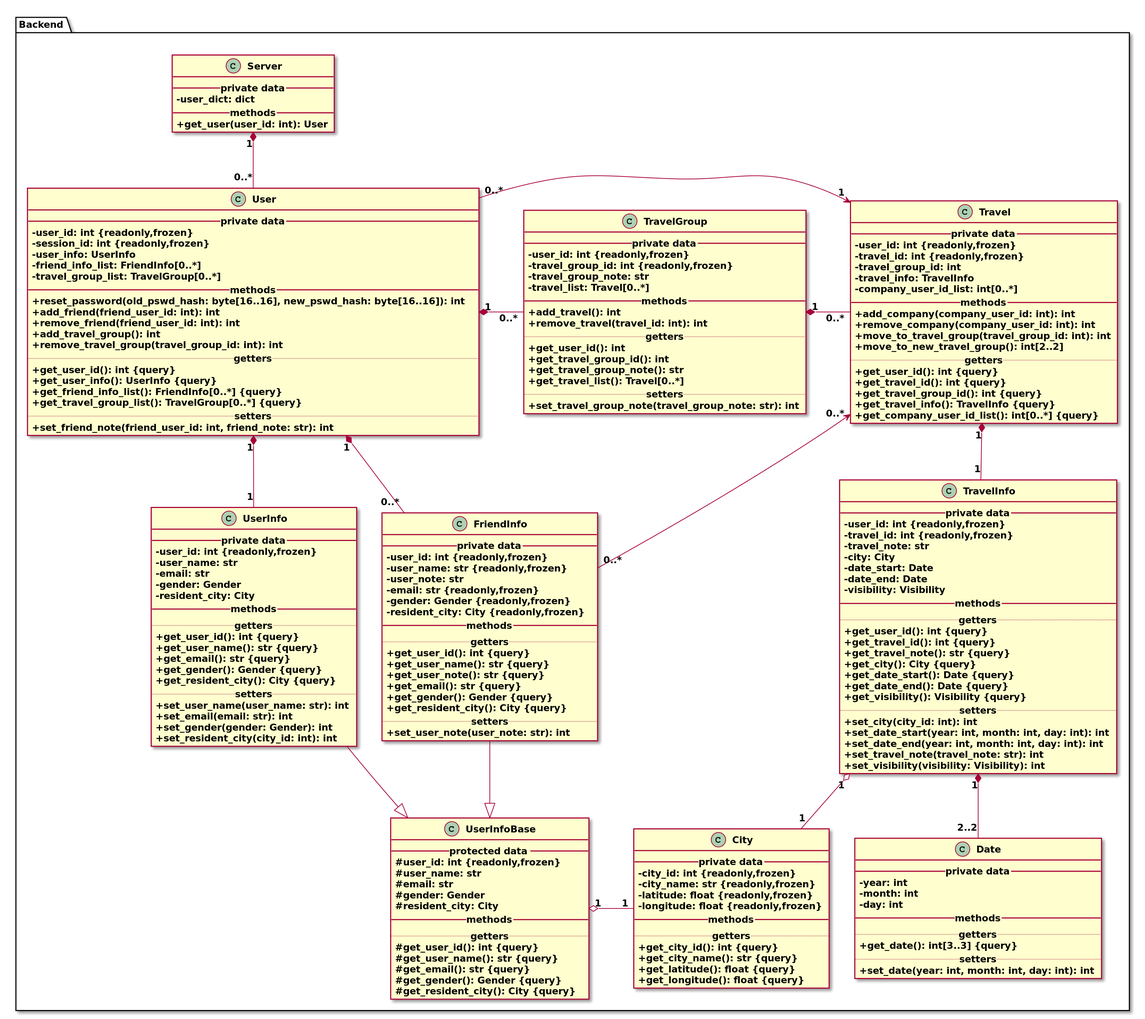
The PlantUML diagram doc/第二阶段课堂展示/ClassDiagram.backend.png in skyetim/travel_planning_website, before a commit. Its source is kept beside it as doc/第二阶段课堂展示/ClassDiagram.backend.puml.
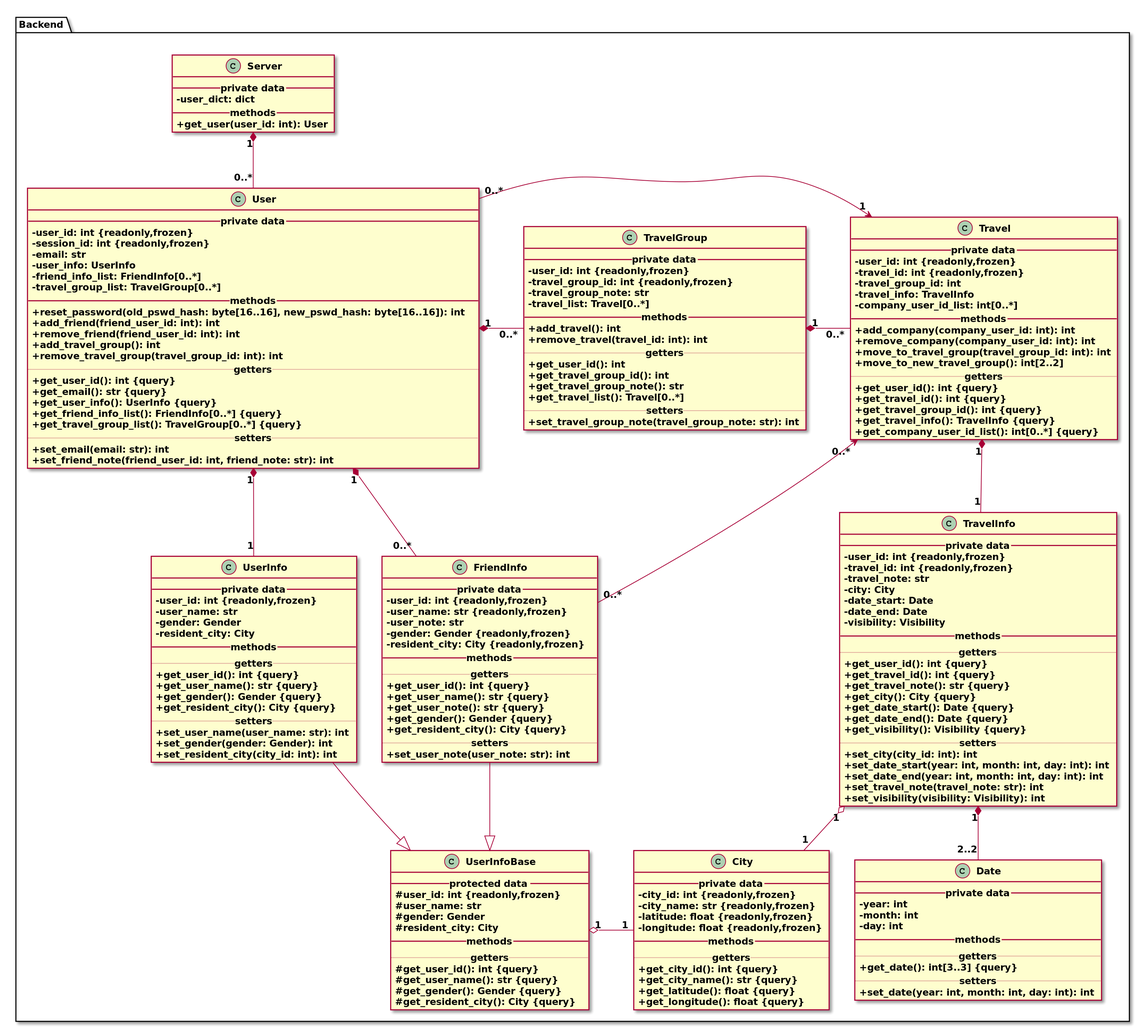
Above is the later version.

The edit, as a diff of the source:
```diff
@@ -20,6 +20,7 @@
         __ private data __
         - user_id: int {readonly,frozen}
         - session_id: int {readonly,frozen}
+        - email: str
         - user_info: UserInfo
         - friend_info_list: FriendInfo[0..*]
         - travel_group_list: TravelGroup[0..*]
@@ -31,10 +32,12 @@
         + remove_travel_group(travel_group_id: int): int
         .. getters ..
         + get_user_id(): int                         {query}
+        + get_email(): str                           {query}
         + get_user_info(): UserInfo                  {query}
         + get_friend_info_list(): FriendInfo[0..*]   {query}
         + get_travel_group_list(): TravelGroup[0..*] {query}
         .. setters ..
+        + set_email(email: str): int
         + set_friend_note(friend_user_id: int, friend_note: str): int
     }
 
@@ -42,14 +45,12 @@
         __ protected data __
         # user_id: int {readonly,frozen}
         # user_name: str
-        # email: str
         # gender: Gender
         # resident_city: City
         __ methods __
         .. getters ..
         # get_user_id(): int        {query}
         # get_user_name(): str      {query}
-        # get_email(): str          {query}
         # get_gender(): Gender      {query}
         # get_resident_city(): City {query}
     }
@@ -58,19 +59,16 @@
         __ private data __
         - user_id: int {readonly,frozen}
         - user_name: str
-        - email: str
         - gender: Gender
         - resident_city: City
         __ methods __
         .. getters ..
         + get_user_id(): int        {query}
         + get_user_name(): str      {query}
-        + get_email(): str          {query}
         + get_gender(): Gender      {query}
         + get_resident_city(): City {query}
         .. setters ..
         + set_user_name(user_name: str): int
-        + set_email(email: str): int
         + set_gender(gender: Gender): int
         + set_resident_city(city_id: int): int
     }
@@ -80,7 +78,6 @@
         - user_id: int        {readonly,frozen}
         - user_name: str      {readonly,frozen}
         - user_note: str
-        - email: str          {readonly,frozen}
         - gender: Gender      {readonly,frozen}
         - resident_city: City {readonly,frozen}
         __ methods __
@@ -88,7 +85,6 @@
         + get_user_id(): int        {query}
         + get_user_name(): str      {query}
         + get_user_note(): str      {query}
-        + get_email(): str          {query}
         + get_gender(): Gender      {query}
         + get_resident_city(): City {query}
         .. setters ..
```
